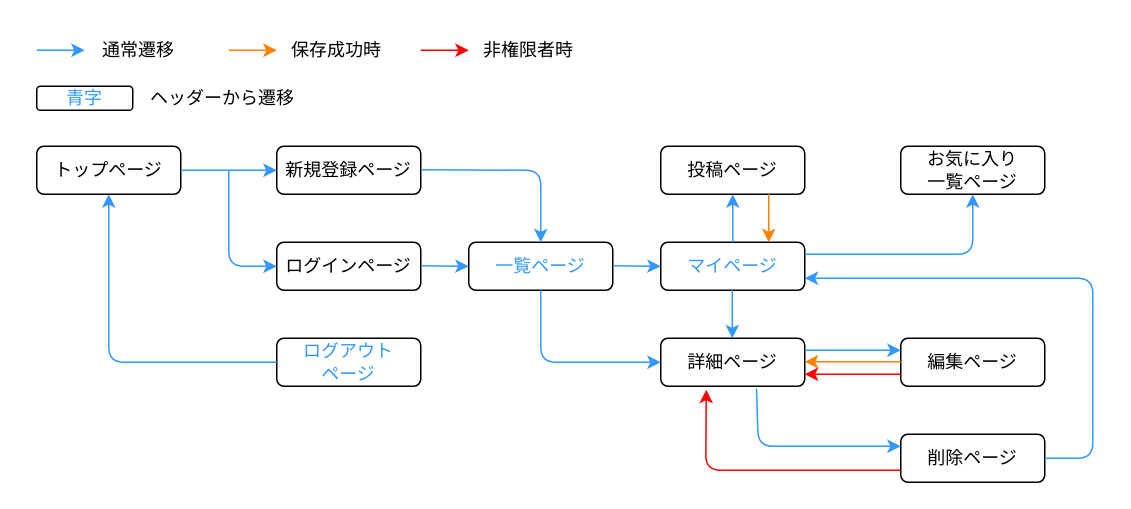
The draw.io diagram view.dio in Muck023/fitskin, before the edit. Source tidied: cells renumbered, new cells numbered last; positions are measured from the earlier drawing's top-left corner, leaving out a move shared by most shapes. Both pictures are drawn from the tidied source at 150%, with x=0, y=0 at pixel (36, 26).
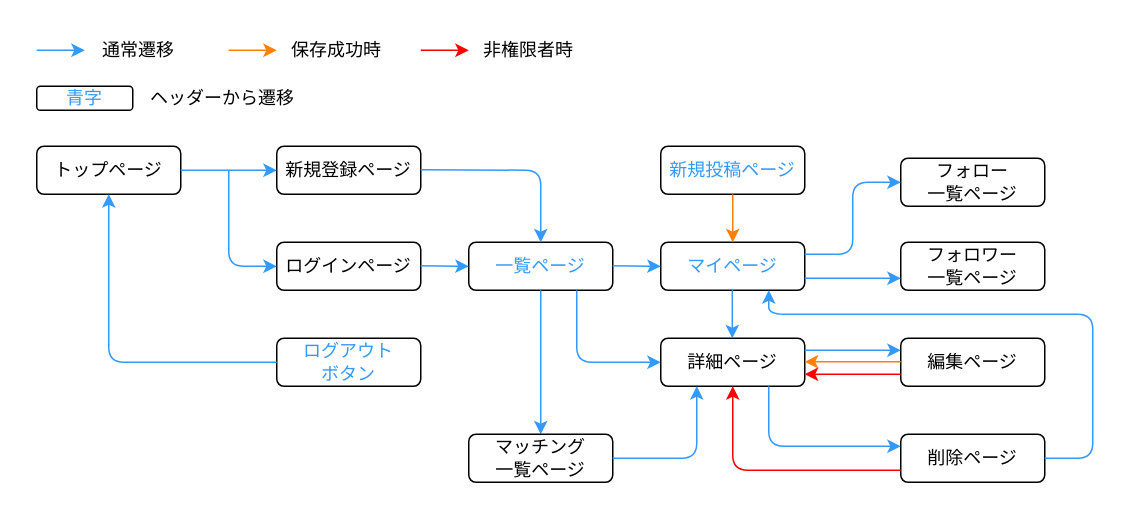
The same page after the edit.

Unchanged cells that the change refers to:
```xml
<mxCell id="8" value="&lt;font color=&quot;#3399ff&quot;&gt;マイページ&lt;/font&gt;" style="rounded=1;whiteSpace=wrap;html=1;" parent="1" vertex="1">
  <mxGeometry x="416" y="144" width="96" height="32" as="geometry" />
</mxCell>
<mxCell id="9" value="&lt;font color=&quot;#3399ff&quot;&gt;一覧ページ&lt;/font&gt;" style="rounded=1;whiteSpace=wrap;html=1;" parent="1" vertex="1">
  <mxGeometry x="288" y="144" width="96" height="32" as="geometry" />
</mxCell>
<mxCell id="12" value="詳細ページ" style="rounded=1;whiteSpace=wrap;html=1;" parent="1" vertex="1">
  <mxGeometry x="416" y="208" width="96" height="32" as="geometry" />
</mxCell>
<mxCell id="17" value="削除ページ" style="rounded=1;whiteSpace=wrap;html=1;" parent="1" vertex="1">
  <mxGeometry x="576" y="272" width="96" height="32" as="geometry" />
</mxCell>
```

Change to the diagram source:
```diff
@@
-    <mxCell id="7" value="投稿ページ" style="rounded=1;whiteSpace=wrap;html=1;" parent="1" vertex="1">
+    <mxCell id="7" value="&lt;font color=&quot;#3399ff&quot;&gt;新規投稿ページ&lt;/font&gt;" style="rounded=1;whiteSpace=wrap;html=1;" parent="1" vertex="1">
       <mxGeometry x="416" y="80" width="96" height="32" as="geometry" />
     </mxCell>
@@
-    <mxCell id="11" style="endArrow=classic;html=1;exitX=0.5;exitY=1;exitDx=0;exitDy=0;strokeColor=#3399FF;startArrow=none;startFill=0;" parent="1" edge="1" source="9" target="12">
+    <mxCell id="11" style="endArrow=classic;html=1;strokeColor=#3399FF;startArrow=none;startFill=0;exitX=0.75;exitY=1;exitDx=0;exitDy=0;" parent="1" edge="1" source="9" target="12">
       <mxGeometry relative="1" as="geometry">
         <Array as="points">
-          <mxPoint x="336" y="224" />
+          <mxPoint x="360" y="224" />
         </Array>
       </mxGeometry>
     </mxCell>
@@
-    <mxCell id="14" style="endArrow=classic;html=1;exitX=0.75;exitY=1;exitDx=0;exitDy=0;strokeColor=#FF8000;entryX=0.75;entryY=0;entryDx=0;entryDy=0;" parent="1" edge="1" source="7" target="8">
+    <mxCell id="14" style="endArrow=classic;html=1;exitX=0.5;exitY=1;exitDx=0;exitDy=0;strokeColor=#FF8000;entryX=0.5;entryY=0;entryDx=0;entryDy=0;" parent="1" edge="1" source="7" target="8">
       <mxGeometry relative="1" as="geometry" />
     </mxCell>
@@
-    <mxCell id="21" style="endArrow=classic;html=1;strokeColor=#3399FF;entryX=1;entryY=0.75;entryDx=0;entryDy=0;exitX=1;exitY=0.5;exitDx=0;exitDy=0;" parent="1" edge="1" source="17" target="8">
+    <mxCell id="21" style="endArrow=classic;html=1;strokeColor=#3399FF;exitX=1;exitY=0.5;exitDx=0;exitDy=0;entryX=0.75;entryY=1;entryDx=0;entryDy=0;" parent="1" edge="1" source="17" target="8">
       <mxGeometry relative="1" as="geometry">
         <Array as="points">
           <mxPoint x="704" y="288" />
-          <mxPoint x="704" y="168" />
+          <mxPoint x="704" y="192" />
+          <mxPoint x="488" y="192" />
         </Array>
       </mxGeometry>
     </mxCell>
-    <mxCell id="22" style="endArrow=classic;html=1;exitX=0.665;exitY=1.053;exitDx=0;exitDy=0;strokeColor=#3399FF;entryX=0;entryY=0.25;entryDx=0;entryDy=0;exitPerimeter=0;startArrow=none;startFill=0;" parent="1" edge="1" source="12" target="17">
+    <mxCell id="22" style="endArrow=classic;html=1;exitX=0.75;exitY=1;exitDx=0;exitDy=0;strokeColor=#3399FF;entryX=0;entryY=0.25;entryDx=0;entryDy=0;startArrow=none;startFill=0;" parent="1" edge="1" source="12" target="17">
       <mxGeometry relative="1" as="geometry">
         <Array as="points">
-          <mxPoint x="481" y="280" />
+          <mxPoint x="488" y="280" />
         </Array>
       </mxGeometry>
     </mxCell>
-    <mxCell id="23" style="endArrow=classic;html=1;exitX=0;exitY=0.75;exitDx=0;exitDy=0;strokeColor=#FF0000;entryX=0.316;entryY=1.072;entryDx=0;entryDy=0;entryPerimeter=0;" parent="1" edge="1" source="17" target="12">
+    <mxCell id="23" style="endArrow=classic;html=1;exitX=0;exitY=0.75;exitDx=0;exitDy=0;strokeColor=#FF0000;entryX=0.5;entryY=1;entryDx=0;entryDy=0;" parent="1" edge="1" source="17" target="12">
       <mxGeometry relative="1" as="geometry">
         <Array as="points">
-          <mxPoint x="446" y="296" />
+          <mxPoint x="464" y="296" />
         </Array>
       </mxGeometry>
     </mxCell>
-    <mxCell id="24" value="&lt;font color=&quot;#3399ff&quot;&gt;ログアウト&lt;br&gt;ページ&lt;/font&gt;" style="rounded=1;whiteSpace=wrap;html=1;" parent="1" vertex="1">
+    <mxCell id="24" value="&lt;font color=&quot;#3399ff&quot;&gt;ログアウト&lt;br&gt;ボタン&lt;/font&gt;" style="rounded=1;whiteSpace=wrap;html=1;" parent="1" vertex="1">
       <mxGeometry x="160" y="208" width="96" height="32" as="geometry" />
     </mxCell>
@@
-    <mxCell id="35" value="お気に入り&lt;br&gt;一覧ページ" style="rounded=1;whiteSpace=wrap;html=1;" parent="1" vertex="1">
-      <mxGeometry x="576" y="80" width="96" height="32" as="geometry" />
+    <mxCell id="35" value="フォロー&lt;br&gt;一覧ページ" style="rounded=1;whiteSpace=wrap;html=1;" parent="1" vertex="1">
+      <mxGeometry x="576" y="88" width="96" height="32" as="geometry" />
     </mxCell>
-    <mxCell id="36" style="endArrow=none;html=1;strokeColor=#3399FF;exitX=0.5;exitY=1;exitDx=0;exitDy=0;startArrow=classic;startFill=1;endFill=0;" parent="1" edge="1" source="35">
+    <mxCell id="36" style="endArrow=none;html=1;strokeColor=#3399FF;exitX=0;exitY=0.5;exitDx=0;exitDy=0;startArrow=classic;startFill=1;endFill=0;" parent="1" edge="1" source="35">
       <mxGeometry relative="1" as="geometry">
         <mxPoint x="512" y="152" as="targetPoint" />
         <Array as="points">
-          <mxPoint x="624" y="152" />
+          <mxPoint x="544" y="104" />
+          <mxPoint x="544" y="152" />
         </Array>
       </mxGeometry>
     </mxCell>
-    <mxCell id="37" style="endArrow=classic;html=1;exitX=0.5;exitY=0;exitDx=0;exitDy=0;strokeColor=#3399FF;entryX=0.5;entryY=1;entryDx=0;entryDy=0;" parent="1" edge="1" source="8" target="7">
-      <mxGeometry relative="1" as="geometry" />
-    </mxCell>
+    <mxCell id="38" value="フォロワー&lt;br&gt;一覧ページ" style="rounded=1;whiteSpace=wrap;html=1;" parent="1" vertex="1">
+      <mxGeometry x="576" y="144" width="96" height="32" as="geometry" />
+    </mxCell>
+    <mxCell id="39" style="endArrow=classic;html=1;exitX=0.5;exitY=1;exitDx=0;exitDy=0;strokeColor=#3399FF;startArrow=none;startFill=0;entryX=0.5;entryY=0;entryDx=0;entryDy=0;" parent="1" edge="1" source="9" target="40">
+      <mxGeometry relative="1" as="geometry" />
+    </mxCell>
+    <mxCell id="40" value="マッチング&lt;br&gt;一覧ページ" style="rounded=1;whiteSpace=wrap;html=1;" parent="1" vertex="1">
+      <mxGeometry x="288" y="272" width="96" height="32" as="geometry" />
+    </mxCell>
+    <mxCell id="41" style="endArrow=classic;html=1;strokeColor=#3399FF;startArrow=none;startFill=0;exitX=1;exitY=0.5;exitDx=0;exitDy=0;entryX=0.25;entryY=1;entryDx=0;entryDy=0;" parent="1" edge="1" source="40" target="12">
+      <mxGeometry relative="1" as="geometry">
+        <Array as="points">
+          <mxPoint x="440" y="288" />
+        </Array>
+      </mxGeometry>
+    </mxCell>
+    <mxCell id="42" style="endArrow=none;html=1;strokeColor=#3399FF;startArrow=classic;startFill=1;endFill=0;entryX=1;entryY=0.75;entryDx=0;entryDy=0;" parent="1" edge="1" target="8">
+      <mxGeometry relative="1" as="geometry">
+        <mxPoint x="576" y="168" as="sourcePoint" />
+      </mxGeometry>
+    </mxCell>
```
